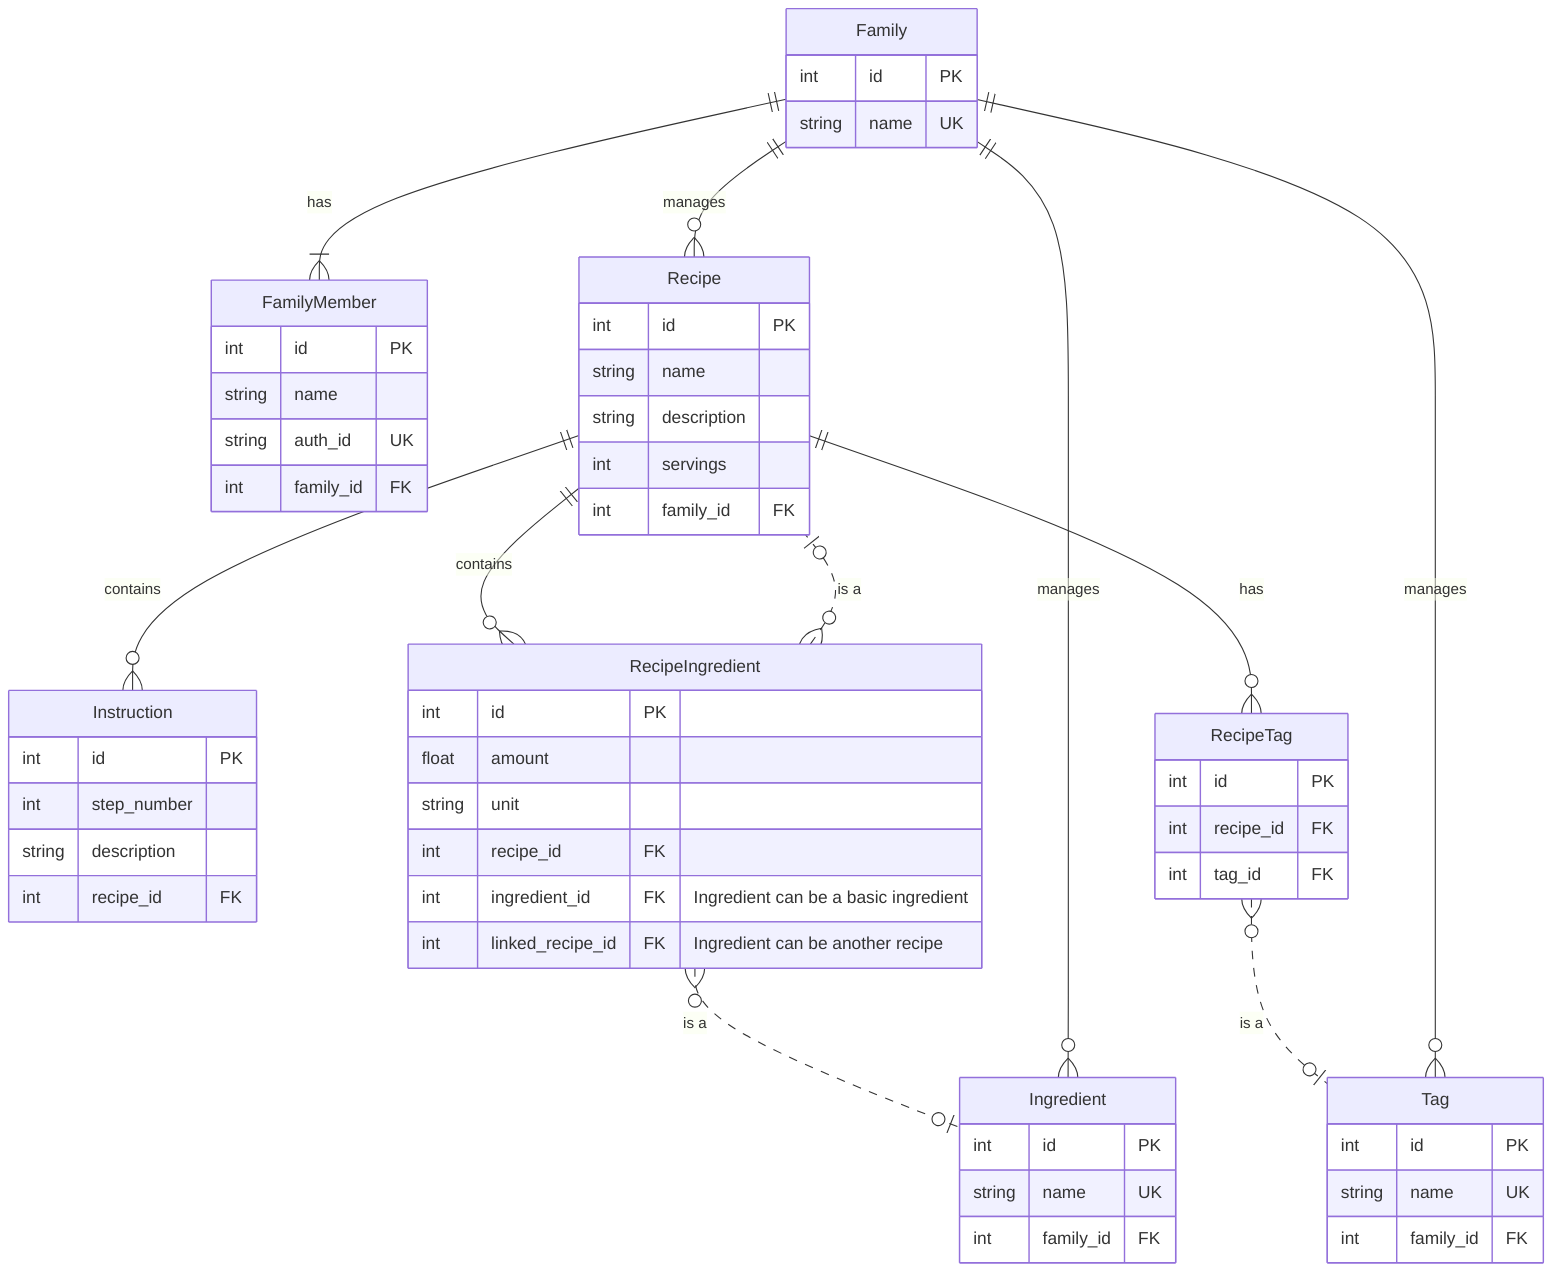
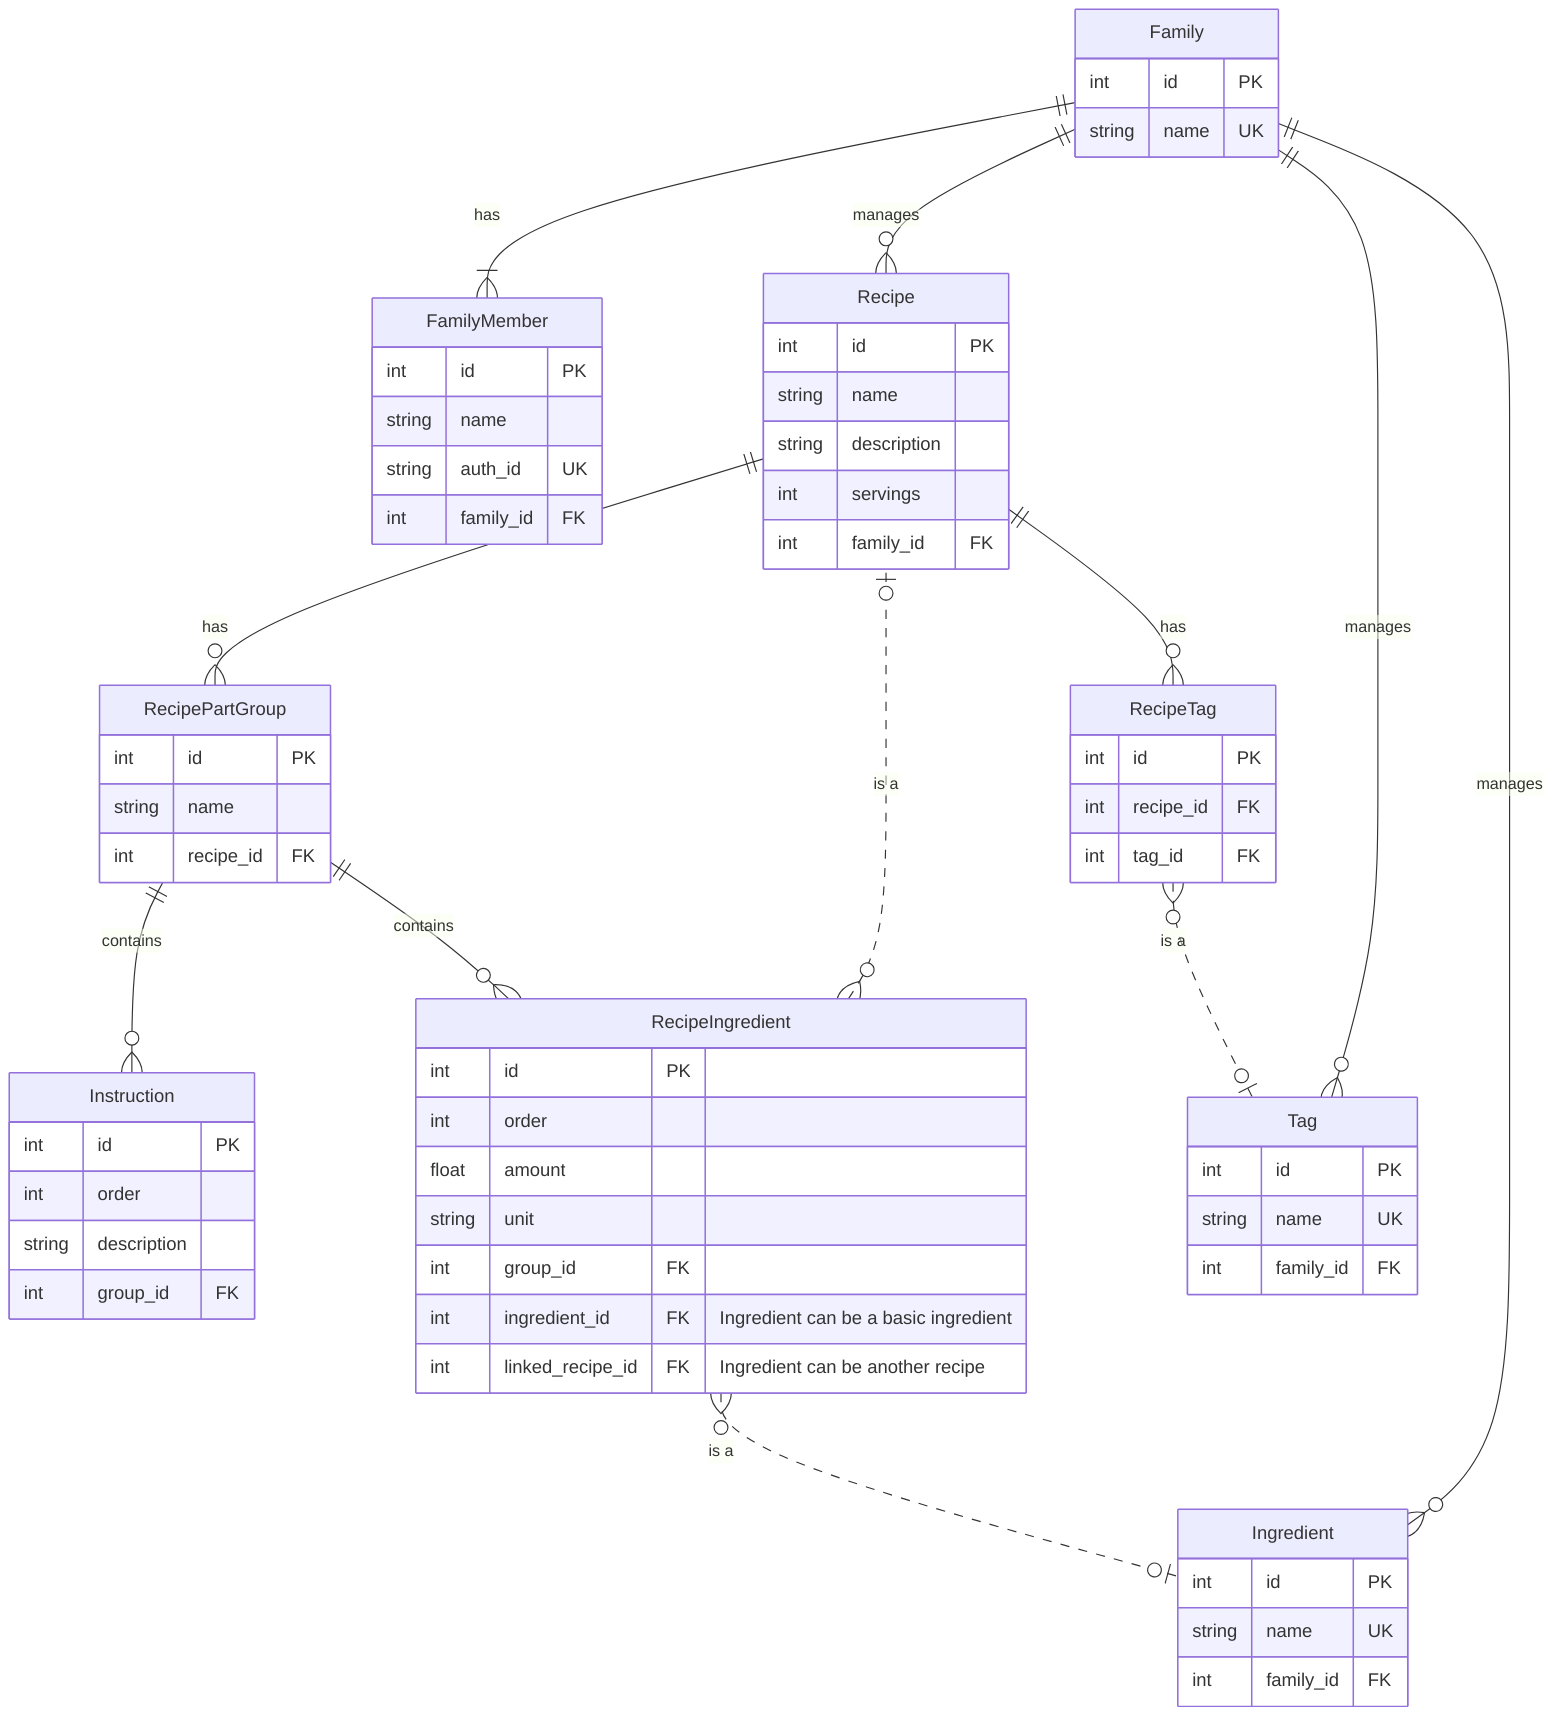
---
ER Diagram for Hungry Ninja API
---

erDiagram
    Family ||--|{ FamilyMember : has
    Family ||--o{ Recipe : manages
-     Recipe ||--o{ Instruction : contains
-     Recipe ||--o{ RecipeIngredient : contains
+     RecipePartGroup ||--o{ Instruction : contains
+     RecipePartGroup ||--o{ RecipeIngredient : contains
    Recipe ||--o{ RecipeTag : has
+     Recipe ||--o{ RecipePartGroup : has
    RecipeIngredient }o..o| Ingredient : "is a"
    RecipeIngredient }o..o| Recipe : "is a"
    RecipeTag }o..o| Tag : "is a"
    Family ||--o{ Tag : manages
    Family ||--o{ Ingredient : manages

    Family {
        int id PK
        string name UK
    }

    FamilyMember {
        int id PK
        string name
        string auth_id UK
        int family_id FK
    }

    Recipe {
        int id PK
        string name
        string description
        int servings
        int family_id FK
    }

    Ingredient {
        int id PK
        string name UK
        int family_id FK
    }

    Instruction {
        int id PK
-         int step_number
+         int order
        string description
-         int recipe_id FK
+         int group_id FK
    }

    Tag {
        int id PK
        string name UK
        int family_id FK
    }

    RecipeIngredient {
        int id PK
+         int order
        float amount
        string unit
-         int recipe_id FK
+         int group_id FK
        int ingredient_id FK "Ingredient can be a basic ingredient"
        int linked_recipe_id FK "Ingredient can be another recipe"
    }

    RecipeTag {
        int id PK
        int recipe_id FK
        int tag_id FK
    }
+ 
+     RecipePartGroup {
+         int id PK
+         string name
+         int recipe_id FK
+     }
